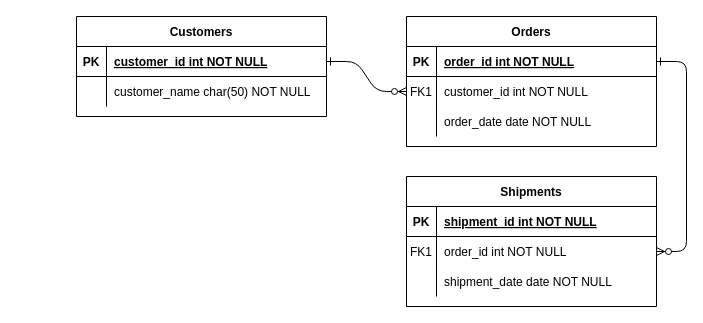
This is Impresiones.drawio from IsraMejia/experimentos, a draw.io file, before an edit. Source tidied: cells renumbered, new cells numbered last; positions are measured from the earlier drawing's top-left corner, leaving out a move shared by most shapes. Both pictures are drawn from the tidied source at 100%, with x=0, y=0 at pixel (76, 16).
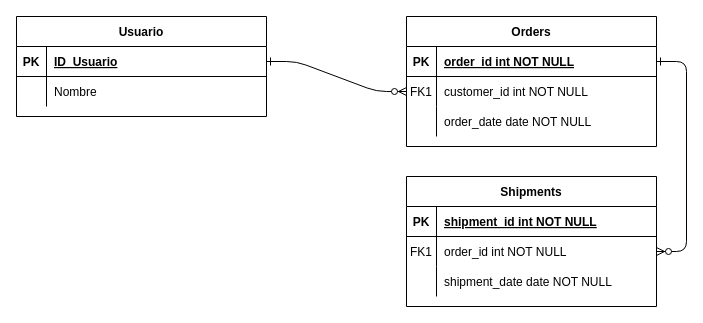
Above is the later version.

The change refers to these unchanged cells:
```xml
<mxCell id="25" style="shape=partialRectangle;fillColor=none;points=[[0,0.5],[1,0.5]];portConstraint=eastwest;top=0;left=0;right=0;bottom=1;" parent="24" vertex="1">
  <mxGeometry y="30" width="250" height="30" as="geometry" />
</mxCell>
<mxCell id="28" style="shape=partialRectangle;fillColor=none;top=0;left=0;right=0;bottom=0;" parent="24" vertex="1">
  <mxGeometry y="60" width="250" height="30" as="geometry" />
</mxCell>
```

The edit, as a diff of the source:
```diff
@@
-    <mxCell id="24" value="Customers" style="shape=table;startSize=30;childLayout=tableLayout;rowLines=0;fontStyle=1;align=center;" parent="1" vertex="1">
-      <mxGeometry width="250" height="100" as="geometry" />
+    <mxCell id="24" value="Usuario" style="shape=table;startSize=30;childLayout=tableLayout;rowLines=0;fontStyle=1;align=center;" parent="1" vertex="1">
+      <mxGeometry x="-60" width="250" height="100" as="geometry" />
     </mxCell>
@@
-    <mxCell id="27" value="customer_id int NOT NULL " style="shape=partialRectangle;overflow=hidden;fillColor=none;top=0;left=0;bottom=0;right=0;align=left;spacingLeft=6;fontStyle=5;" parent="25" vertex="1">
+    <mxCell id="27" value="ID_Usuario" style="shape=partialRectangle;overflow=hidden;fillColor=none;top=0;left=0;bottom=0;right=0;align=left;spacingLeft=6;fontStyle=5;" parent="25" vertex="1">
       <mxGeometry x="30" width="220" height="30" as="geometry" />
     </mxCell>
@@
-    <mxCell id="30" value="customer_name char(50) NOT NULL" style="shape=partialRectangle;overflow=hidden;fillColor=none;top=0;left=0;bottom=0;right=0;align=left;spacingLeft=6;" parent="28" vertex="1">
+    <mxCell id="30" value="Nombre" style="shape=partialRectangle;overflow=hidden;fillColor=none;top=0;left=0;bottom=0;right=0;align=left;spacingLeft=6;" parent="28" vertex="1">
       <mxGeometry x="30" width="220" height="30" as="geometry" />
     </mxCell>
```
